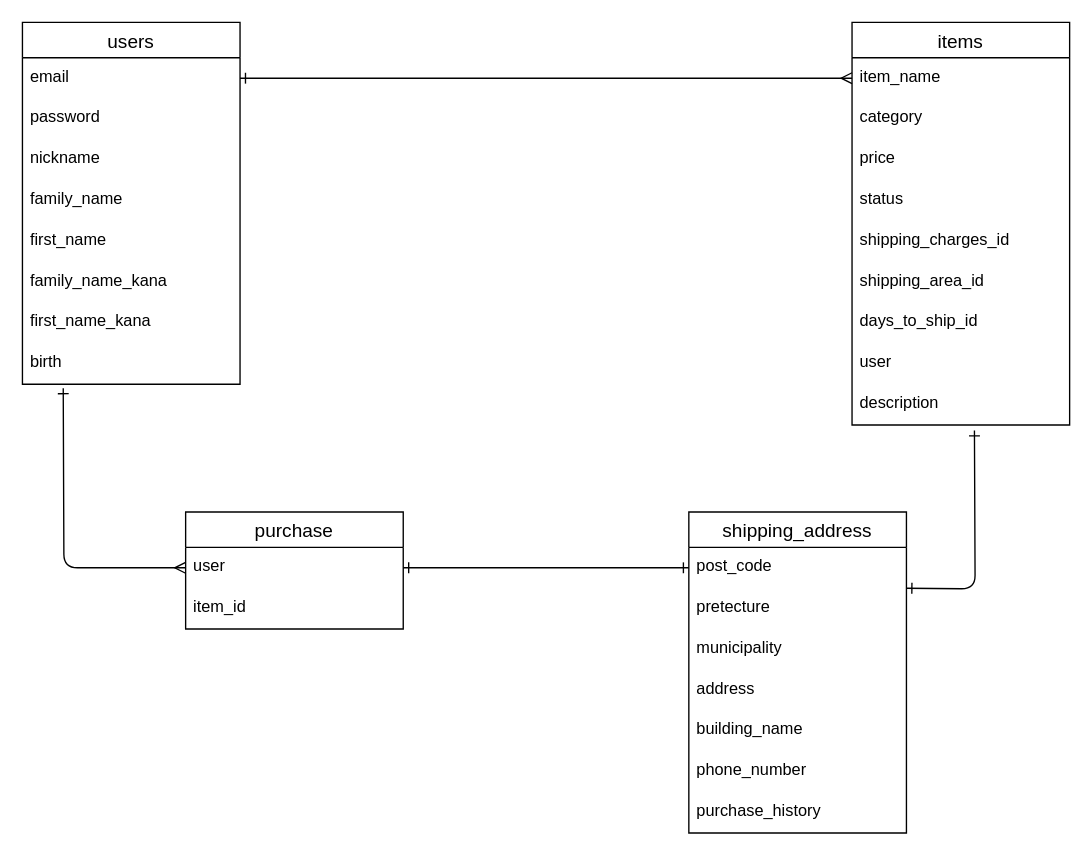
masashikuwahara/furima-35089 keeps this draw.io diagram as ER.dio. Above is the earlier version. Source tidied: cells renumbered, new cells numbered last; positions are measured from the earlier drawing's top-left corner, leaving out a move shared by most shapes. Both pictures are drawn from the tidied source at 136%, with x=0, y=0 at pixel (22, 22).
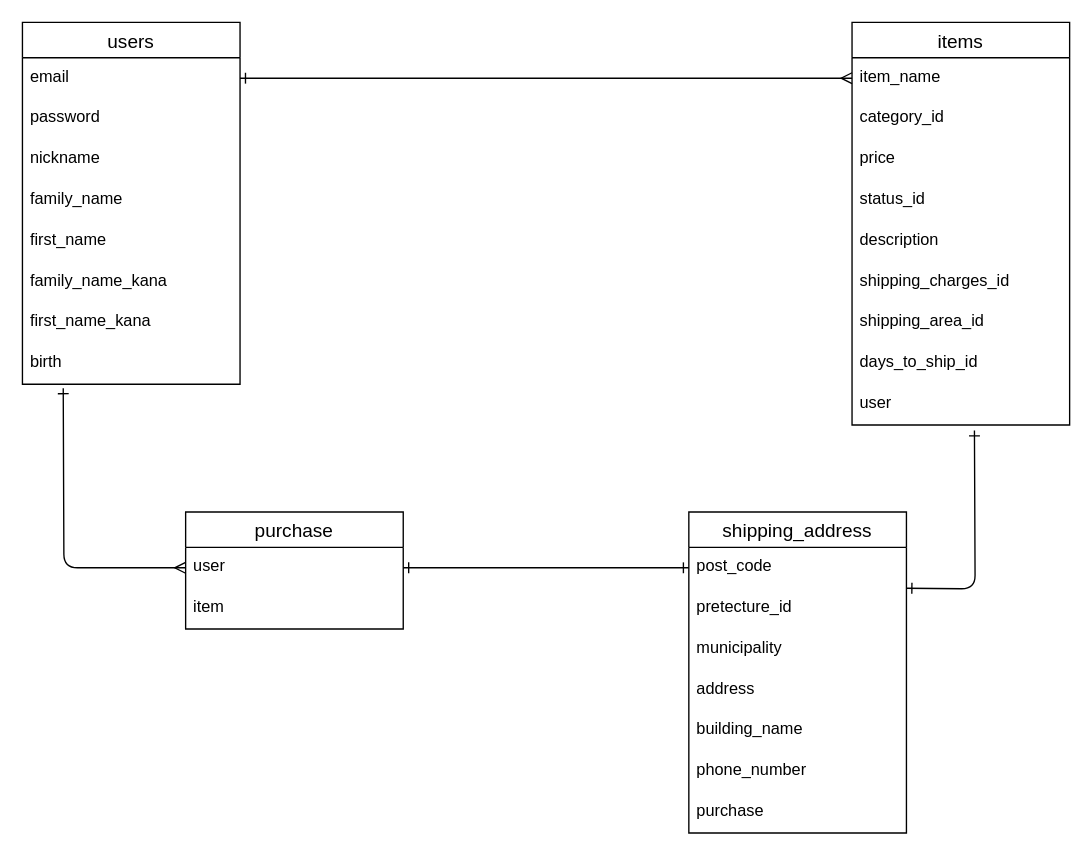
The same diagram, later.

Unchanged cells that the change refers to:
```xml
<mxCell id="13" value="purchase" style="swimlane;fontStyle=0;horizontal=1;startSize=26;align=center;fontSize=14;rounded=0;sketch=0;" parent="1" vertex="1">
  <mxGeometry x="120" y="360" width="160" height="86" as="geometry" />
</mxCell>
<mxCell id="16" value="items" style="swimlane;fontStyle=0;horizontal=1;startSize=26;align=center;fontSize=14;rounded=0;sketch=0;" parent="1" vertex="1">
  <mxGeometry x="610" width="160" height="296" as="geometry" />
</mxCell>
<mxCell id="27" value="shipping_address" style="swimlane;fontStyle=0;horizontal=1;startSize=26;align=center;fontSize=14;rounded=0;sketch=0;" parent="1" vertex="1">
  <mxGeometry x="490" y="360" width="160" height="236" as="geometry" />
</mxCell>
```

Diff of the diagram source:
```diff
@@
-    <mxCell id="15" value="item_id" style="text;strokeColor=none;fillColor=none;spacingLeft=4;spacingRight=4;overflow=hidden;fontSize=12;" parent="13" vertex="1">
+    <mxCell id="15" value="item" style="text;strokeColor=none;fillColor=none;spacingLeft=4;spacingRight=4;overflow=hidden;fontSize=12;" parent="13" vertex="1">
       <mxGeometry y="56" width="160" height="30" as="geometry" />
     </mxCell>
@@
-    <mxCell id="18" value="category" style="text;strokeColor=none;fillColor=none;spacingLeft=4;spacingRight=4;overflow=hidden;fontSize=12;" parent="16" vertex="1">
+    <mxCell id="18" value="category_id" style="text;strokeColor=none;fillColor=none;spacingLeft=4;spacingRight=4;overflow=hidden;fontSize=12;" parent="16" vertex="1">
       <mxGeometry y="56" width="160" height="30" as="geometry" />
     </mxCell>
@@
-    <mxCell id="20" value="status&#10;" style="text;strokeColor=none;fillColor=none;spacingLeft=4;spacingRight=4;overflow=hidden;fontSize=12;" parent="16" vertex="1">
+    <mxCell id="20" value="status_id" style="text;strokeColor=none;fillColor=none;spacingLeft=4;spacingRight=4;overflow=hidden;fontSize=12;" parent="16" vertex="1">
       <mxGeometry y="116" width="160" height="30" as="geometry" />
     </mxCell>
-    <mxCell id="21" value="shipping_charges_id" style="text;strokeColor=none;fillColor=none;spacingLeft=4;spacingRight=4;overflow=hidden;fontSize=12;" parent="16" vertex="1">
+    <mxCell id="21" value="description" style="text;strokeColor=none;fillColor=none;spacingLeft=4;spacingRight=4;overflow=hidden;fontSize=12;" parent="16" vertex="1">
       <mxGeometry y="146" width="160" height="30" as="geometry" />
     </mxCell>
-    <mxCell id="22" value="shipping_area_id" style="text;strokeColor=none;fillColor=none;spacingLeft=4;spacingRight=4;overflow=hidden;fontSize=12;" parent="16" vertex="1">
+    <mxCell id="22" value="shipping_charges_id" style="text;strokeColor=none;fillColor=none;spacingLeft=4;spacingRight=4;overflow=hidden;fontSize=12;" parent="16" vertex="1">
       <mxGeometry y="176" width="160" height="30" as="geometry" />
     </mxCell>
-    <mxCell id="23" value="days_to_ship_id" style="text;strokeColor=none;fillColor=none;spacingLeft=4;spacingRight=4;overflow=hidden;fontSize=12;" parent="16" vertex="1">
+    <mxCell id="23" value="shipping_area_id" style="text;strokeColor=none;fillColor=none;spacingLeft=4;spacingRight=4;overflow=hidden;fontSize=12;" parent="16" vertex="1">
       <mxGeometry y="206" width="160" height="30" as="geometry" />
     </mxCell>
-    <mxCell id="24" value="user" style="text;strokeColor=none;fillColor=none;spacingLeft=4;spacingRight=4;overflow=hidden;fontSize=12;" parent="16" vertex="1">
+    <mxCell id="24" value="days_to_ship_id" style="text;strokeColor=none;fillColor=none;spacingLeft=4;spacingRight=4;overflow=hidden;fontSize=12;" parent="16" vertex="1">
       <mxGeometry y="236" width="160" height="30" as="geometry" />
     </mxCell>
-    <mxCell id="25" value="description" style="text;strokeColor=none;fillColor=none;spacingLeft=4;spacingRight=4;overflow=hidden;fontSize=12;" parent="16" vertex="1">
-      <mxGeometry y="266" width="160" height="30" as="geometry" />
-    </mxCell>
+    <mxCell id="37" value="user" style="text;strokeColor=none;fillColor=none;spacingLeft=4;spacingRight=4;overflow=hidden;fontSize=12;" parent="16" vertex="1">
+      <mxGeometry y="266" width="160" height="30" as="geometry" />
+    </mxCell>
@@
-    <mxCell id="29" value="pretecture" style="text;strokeColor=none;fillColor=none;spacingLeft=4;spacingRight=4;overflow=hidden;fontSize=12;" parent="27" vertex="1">
+    <mxCell id="29" value="pretecture_id" style="text;strokeColor=none;fillColor=none;spacingLeft=4;spacingRight=4;overflow=hidden;fontSize=12;" parent="27" vertex="1">
       <mxGeometry y="56" width="160" height="30" as="geometry" />
     </mxCell>
@@
-    <mxCell id="34" value="purchase_history" style="text;strokeColor=none;fillColor=none;spacingLeft=4;spacingRight=4;overflow=hidden;fontSize=12;" parent="27" vertex="1">
+    <mxCell id="34" value="purchase" style="text;strokeColor=none;fillColor=none;spacingLeft=4;spacingRight=4;overflow=hidden;fontSize=12;" parent="27" vertex="1">
       <mxGeometry y="206" width="160" height="30" as="geometry" />
     </mxCell>
```
